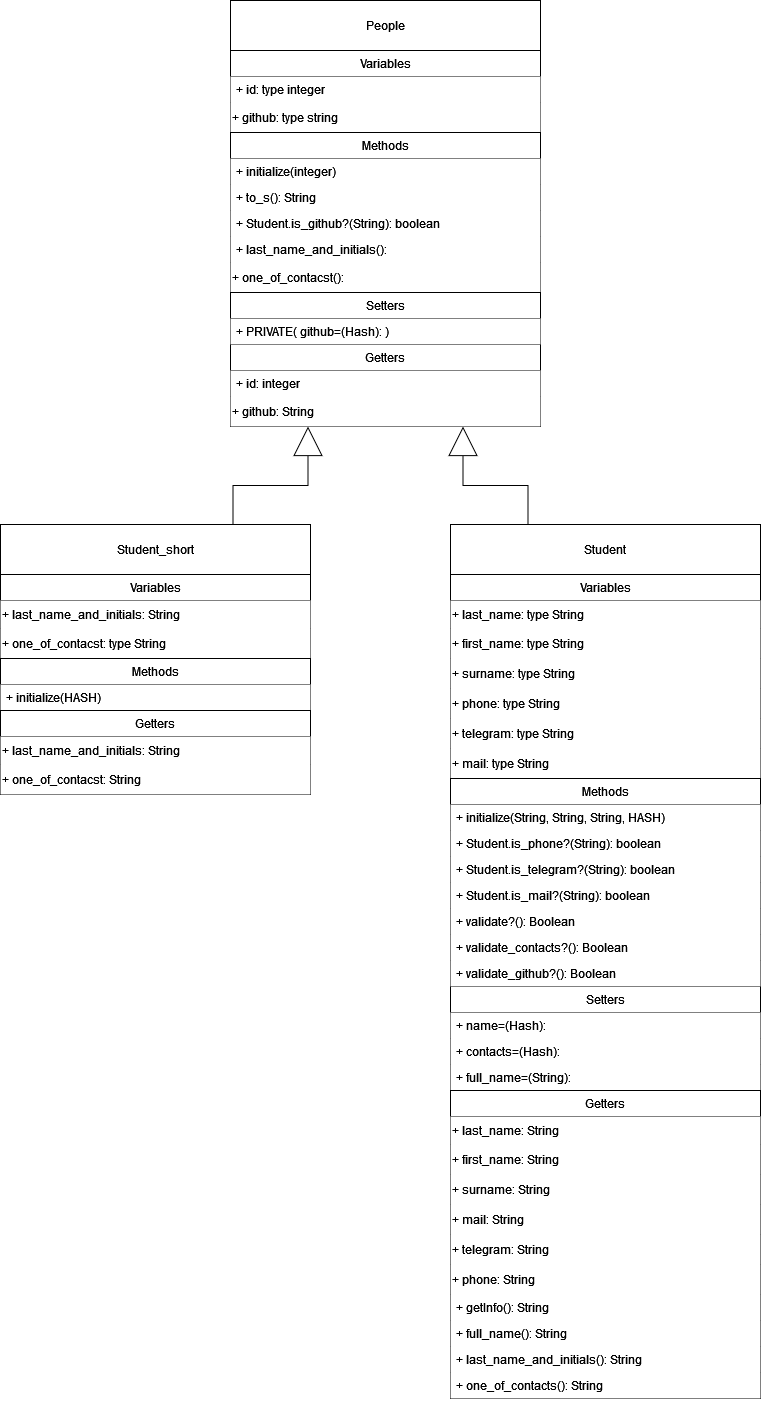
This is Ruby_Kernel_classes_and_models/class_diagram.png from KIJEMORI/Design_Patterns_Ruby, a draw.io export, as it was before one commit. Source tidied: cells renumbered, new cells last; positions are measured from the earlier drawing's top-left corner, leaving out a move shared by most shapes.
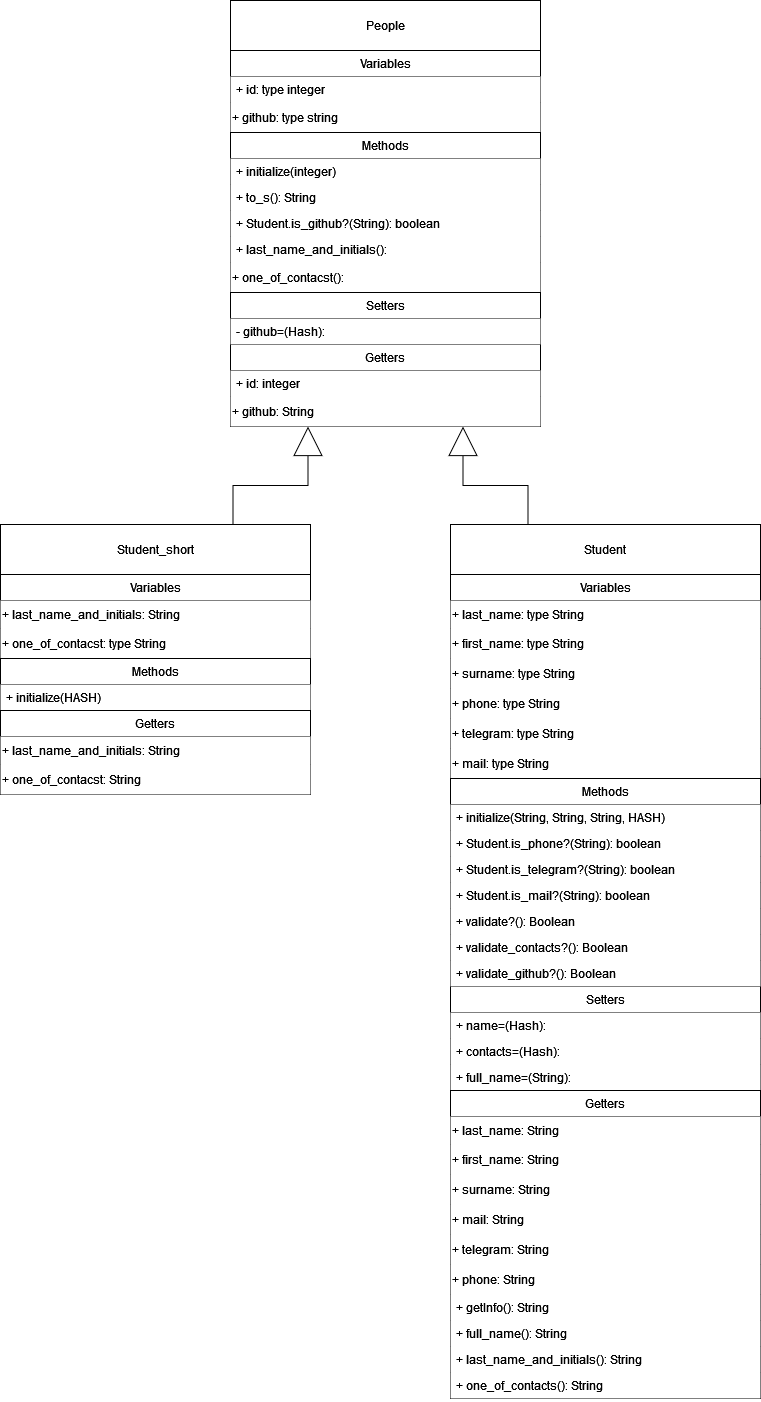
The same diagram one commit later.

Commit message:
Lab 2 | Task 2 | add private method to diagram

Diff of the diagram source:
```diff
@@ -170,7 +170,7 @@
     <mxCell id="57" value="Setters" style="swimlane;fontStyle=0;horizontal=1;startSize=26;fillColor=default;whiteSpace=wrap;html=1;" parent="1" vertex="1">
       <mxGeometry x="230" y="292" width="310" height="52" as="geometry" />
     </mxCell>
-    <mxCell id="58" value="+ PRIVATE( github=(Hash): )" style="text;strokeColor=none;fillColor=#FFFFFF;align=left;verticalAlign=top;spacingLeft=4;spacingRight=4;overflow=hidden;whiteSpace=wrap;html=1;" parent="57" vertex="1">
+    <mxCell id="58" value="- github=(Hash):" style="text;strokeColor=none;fillColor=#FFFFFF;align=left;verticalAlign=top;spacingLeft=4;spacingRight=4;overflow=hidden;whiteSpace=wrap;html=1;" parent="57" vertex="1">
       <mxGeometry y="26" width="310" height="26" as="geometry" />
     </mxCell>
   </root>
```
